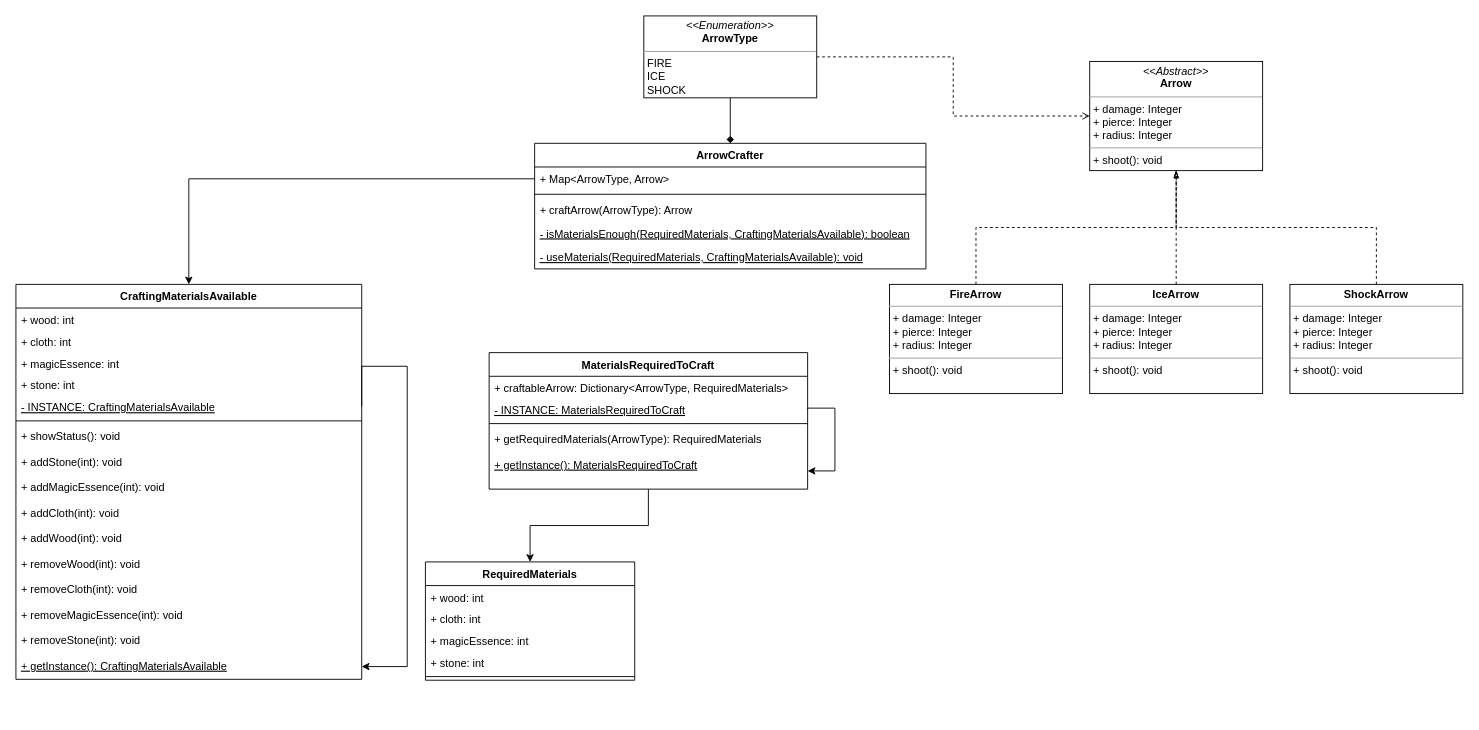
Earlier version of the draw.io diagram Singleton/doc/CRAFTING_MATERIALS.drawio (Rick-Addiction/Design-Patterns-Studies). Source tidied: cells renumbered, new cells numbered last; positions are measured from the earlier drawing's top-left corner, leaving out a move shared by most shapes. Both pictures are drawn from the tidied source at 91%, with x=0, y=0 at pixel (15, 15).
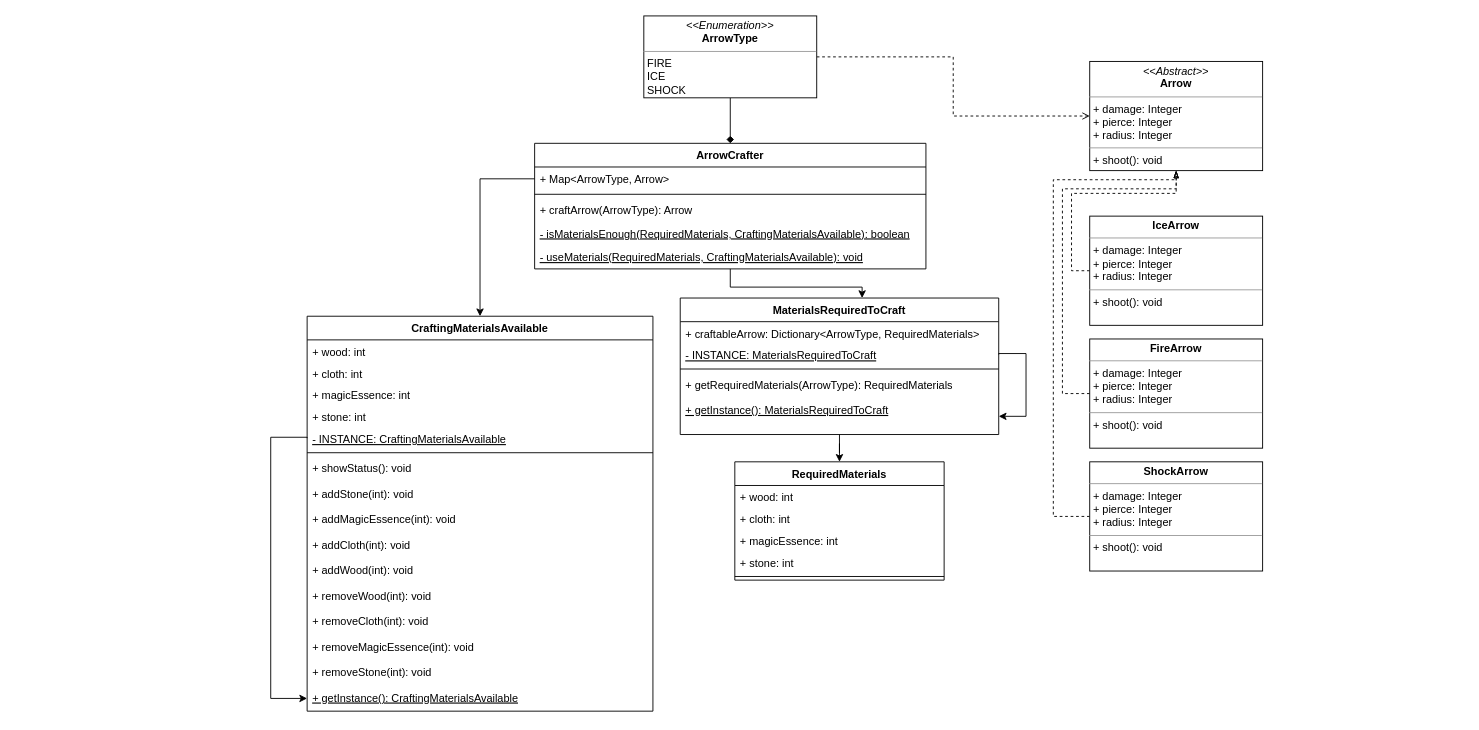
After the change.

Commit message (it also covers changes not shown here):
Crafting Materials Management implemented

The change refers to these unchanged cells:
```xml
<mxCell id="2" value="&lt;p style=&quot;margin: 0px ; margin-top: 4px ; text-align: center&quot;&gt;&lt;i&gt;&amp;lt;&amp;lt;Abstract&amp;gt;&amp;gt;&lt;/i&gt;&lt;br&gt;&lt;b&gt;Arrow&lt;/b&gt;&lt;/p&gt;&lt;hr size=&quot;1&quot;&gt;&lt;p style=&quot;margin: 0px ; margin-left: 4px&quot;&gt;&lt;span&gt;+ damage: Integer&lt;/span&gt;&lt;br&gt;&lt;/p&gt;&lt;p style=&quot;margin: 0px ; margin-left: 4px&quot;&gt;+ pierce: Integer&lt;/p&gt;&lt;p style=&quot;margin: 0px ; margin-left: 4px&quot;&gt;+ radius: Integer&lt;br&gt;&lt;/p&gt;&lt;hr size=&quot;1&quot;&gt;&lt;p style=&quot;margin: 0px ; margin-left: 4px&quot;&gt;+ shoot(): void&lt;/p&gt;" style="verticalAlign=top;align=left;overflow=fill;fontSize=12;fontFamily=Helvetica;html=1;" parent="1" vertex="1">
  <mxGeometry x="1180" y="50" width="190" height="120" as="geometry" />
</mxCell>
<mxCell id="6" value="ArrowCrafter" style="swimlane;fontStyle=1;align=center;verticalAlign=top;horizontal=1;startSize=26;" parent="1" vertex="1">
  <mxGeometry x="570" y="140" width="430" height="138" as="geometry" />
</mxCell>
<mxCell id="32" value="- INSTANCE: CraftingMaterialsAvailable&#10;" style="text;strokeColor=none;fillColor=none;align=left;verticalAlign=top;spacingLeft=4;spacingRight=4;overflow=hidden;points=[[0,0.5],[1,0.5]];portConstraint=eastwest;fontStyle=4;" parent="26" vertex="1">
  <mxGeometry y="122" width="380" height="24" as="geometry" />
</mxCell>
<mxCell id="43" value="+ getInstance(): CraftingMaterialsAvailable" style="text;strokeColor=none;fillColor=none;align=left;verticalAlign=top;spacingLeft=4;spacingRight=4;overflow=hidden;points=[[0,0.5],[1,0.5]];portConstraint=eastwest;fontStyle=4;" parent="26" vertex="1">
  <mxGeometry y="406" width="380" height="28" as="geometry" />
</mxCell>
```

Diff of the diagram source:
```diff
@@
+    <mxCell id="51" style="edgeStyle=orthogonalEdgeStyle;rounded=0;jettySize=auto;html=1;entryX=0.571;entryY=0;entryDx=0;entryDy=0;entryPerimeter=0;" parent="1" edge="1" source="6" target="19">
+      <mxGeometry relative="1" as="geometry" />
+    </mxCell>
@@
-    <mxCell id="12" style="edgeStyle=orthogonalEdgeStyle;rounded=0;jettySize=auto;html=1;exitX=0.5;exitY=0;exitDx=0;exitDy=0;entryX=0.5;entryY=1;entryDx=0;entryDy=0;dashed=1;endArrow=classicThin;endFill=0;" parent="1" edge="1" source="13" target="2">
-      <mxGeometry relative="1" as="geometry" />
+    <mxCell id="12" style="edgeStyle=orthogonalEdgeStyle;rounded=0;jettySize=auto;html=1;exitX=0;exitY=0.5;exitDx=0;exitDy=0;entryX=0.5;entryY=1;entryDx=0;entryDy=0;dashed=1;endArrow=classicThin;endFill=0;" parent="1" edge="1" source="13" target="2">
+      <mxGeometry relative="1" as="geometry">
+        <Array as="points">
+          <mxPoint x="1150" y="415" />
+          <mxPoint x="1150" y="190" />
+          <mxPoint x="1275" y="190" />
+        </Array>
+      </mxGeometry>
     </mxCell>
     <mxCell id="13" value="&lt;p style=&quot;margin: 0px ; margin-top: 4px ; text-align: center&quot;&gt;&lt;b&gt;FireArrow&lt;/b&gt;&lt;/p&gt;&lt;hr size=&quot;1&quot;&gt;&lt;p style=&quot;margin: 0px ; margin-left: 4px&quot;&gt;&lt;span&gt;+ damage: Integer&lt;/span&gt;&lt;br&gt;&lt;/p&gt;&lt;p style=&quot;margin: 0px ; margin-left: 4px&quot;&gt;+ pierce: Integer&lt;/p&gt;&lt;p style=&quot;margin: 0px ; margin-left: 4px&quot;&gt;+ radius: Integer&lt;br&gt;&lt;/p&gt;&lt;hr size=&quot;1&quot;&gt;&lt;p style=&quot;margin: 0px ; margin-left: 4px&quot;&gt;+ shoot(): void&lt;/p&gt;" style="verticalAlign=top;align=left;overflow=fill;fontSize=12;fontFamily=Helvetica;html=1;" parent="1" vertex="1">
-      <mxGeometry x="960" y="295" width="190" height="120" as="geometry" />
+      <mxGeometry x="1180" y="355" width="190" height="120" as="geometry" />
     </mxCell>
-    <mxCell id="14" style="edgeStyle=orthogonalEdgeStyle;rounded=0;jettySize=auto;html=1;exitX=0.5;exitY=0;exitDx=0;exitDy=0;entryX=0.5;entryY=1;entryDx=0;entryDy=0;dashed=1;endArrow=classicThin;endFill=0;" parent="1" edge="1" source="15" target="2">
+    <mxCell id="14" style="edgeStyle=orthogonalEdgeStyle;rounded=0;jettySize=auto;html=1;exitX=0;exitY=0.5;exitDx=0;exitDy=0;entryX=0.5;entryY=1;entryDx=0;entryDy=0;dashed=1;endArrow=classicThin;endFill=0;" parent="1" edge="1" source="15" target="2">
       <mxGeometry relative="1" as="geometry" />
     </mxCell>
     <mxCell id="15" value="&lt;p style=&quot;margin: 0px ; margin-top: 4px ; text-align: center&quot;&gt;&lt;b&gt;IceArrow&lt;/b&gt;&lt;/p&gt;&lt;hr size=&quot;1&quot;&gt;&lt;p style=&quot;margin: 0px ; margin-left: 4px&quot;&gt;&lt;span&gt;+ damage: Integer&lt;/span&gt;&lt;br&gt;&lt;/p&gt;&lt;p style=&quot;margin: 0px ; margin-left: 4px&quot;&gt;+ pierce: Integer&lt;/p&gt;&lt;p style=&quot;margin: 0px ; margin-left: 4px&quot;&gt;+ radius: Integer&lt;br&gt;&lt;/p&gt;&lt;hr size=&quot;1&quot;&gt;&lt;p style=&quot;margin: 0px ; margin-left: 4px&quot;&gt;+ shoot(): void&lt;/p&gt;" style="verticalAlign=top;align=left;overflow=fill;fontSize=12;fontFamily=Helvetica;html=1;" parent="1" vertex="1">
-      <mxGeometry x="1180" y="295" width="190" height="120" as="geometry" />
+      <mxGeometry x="1180" y="220" width="190" height="120" as="geometry" />
     </mxCell>
-    <mxCell id="16" style="edgeStyle=orthogonalEdgeStyle;rounded=0;jettySize=auto;html=1;exitX=0.5;exitY=0;exitDx=0;exitDy=0;dashed=1;endArrow=blockThin;endFill=0;" parent="1" edge="1" source="17" target="2">
-      <mxGeometry relative="1" as="geometry" />
+    <mxCell id="16" style="edgeStyle=orthogonalEdgeStyle;rounded=0;jettySize=auto;html=1;dashed=1;endArrow=blockThin;endFill=0;exitX=0;exitY=0.5;exitDx=0;exitDy=0;" parent="1" edge="1" source="17" target="2">
+      <mxGeometry relative="1" as="geometry">
+        <Array as="points">
+          <mxPoint x="1140" y="550" />
+          <mxPoint x="1140" y="180" />
+          <mxPoint x="1275" y="180" />
+        </Array>
+      </mxGeometry>
     </mxCell>
     <mxCell id="17" value="&lt;p style=&quot;margin: 0px ; margin-top: 4px ; text-align: center&quot;&gt;&lt;b&gt;ShockArrow&lt;/b&gt;&lt;/p&gt;&lt;hr size=&quot;1&quot;&gt;&lt;p style=&quot;margin: 0px ; margin-left: 4px&quot;&gt;&lt;span&gt;+ damage: Integer&lt;/span&gt;&lt;br&gt;&lt;/p&gt;&lt;p style=&quot;margin: 0px ; margin-left: 4px&quot;&gt;+ pierce: Integer&lt;/p&gt;&lt;p style=&quot;margin: 0px ; margin-left: 4px&quot;&gt;+ radius: Integer&lt;br&gt;&lt;/p&gt;&lt;hr size=&quot;1&quot;&gt;&lt;p style=&quot;margin: 0px ; margin-left: 4px&quot;&gt;+ shoot(): void&lt;/p&gt;" style="verticalAlign=top;align=left;overflow=fill;fontSize=12;fontFamily=Helvetica;html=1;" parent="1" vertex="1">
-      <mxGeometry x="1400" y="295" width="190" height="120" as="geometry" />
+      <mxGeometry x="1180" y="490" width="190" height="120" as="geometry" />
     </mxCell>
@@
     <mxCell id="19" value="MaterialsRequiredToCraft" style="swimlane;fontStyle=1;align=center;verticalAlign=top;horizontal=1;startSize=26;" parent="1" vertex="1">
-      <mxGeometry x="520" y="370" width="350" height="150" as="geometry" />
+      <mxGeometry x="730" y="310" width="350" height="150" as="geometry" />
     </mxCell>
@@
     <mxCell id="26" value="CraftingMaterialsAvailable" style="swimlane;fontStyle=1;align=center;verticalAlign=top;horizontal=1;startSize=26;" parent="1" vertex="1">
-      <mxGeometry y="295" width="380" height="434" as="geometry" />
+      <mxGeometry x="320" y="330" width="380" height="434" as="geometry" />
     </mxCell>
@@
-    <mxCell id="28" style="edgeStyle=orthogonalEdgeStyle;rounded=0;jettySize=auto;html=1;exitX=1;exitY=0.5;exitDx=0;exitDy=0;entryX=1;entryY=0.5;entryDx=0;entryDy=0;" parent="26" edge="1" source="32" target="43">
+    <mxCell id="28" style="edgeStyle=orthogonalEdgeStyle;rounded=0;jettySize=auto;html=1;exitX=0;exitY=0.5;exitDx=0;exitDy=0;entryX=0;entryY=0.5;entryDx=0;entryDy=0;" parent="26" edge="1" source="32" target="43">
       <mxGeometry relative="1" as="geometry">
         <Array as="points">
-          <mxPoint x="380" y="90" />
-          <mxPoint x="430" y="90" />
-          <mxPoint x="430" y="420" />
+          <mxPoint x="-40" y="133" />
+          <mxPoint x="-40" y="420" />
         </Array>
       </mxGeometry>
     </mxCell>
@@
     <mxCell id="45" value="RequiredMaterials" style="swimlane;fontStyle=1;align=center;verticalAlign=top;horizontal=1;startSize=26;" parent="1" vertex="1">
-      <mxGeometry x="450" y="600" width="230" height="130" as="geometry" />
+      <mxGeometry x="790" y="490" width="230" height="130" as="geometry" />
     </mxCell>
```
